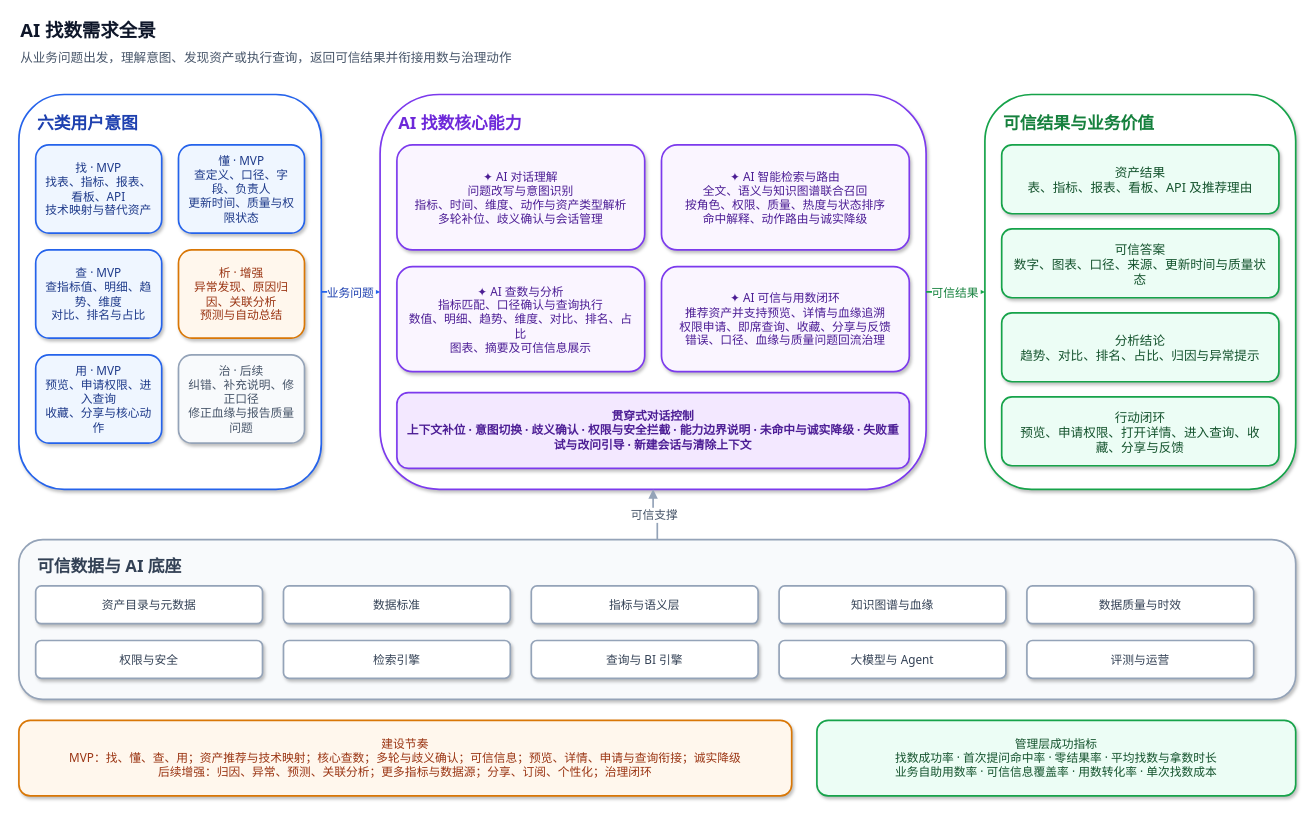
jiangcece20-jpg/data-asset-platform keeps this draw.io diagram as docs/product/2026-07-23-AI找数-需求全景.drawio. Above is the earlier version. Source tidied: cells renumbered, new cells numbered last; positions are measured from the earlier drawing's top-left corner, leaving out a move shared by most shapes. Both pictures are drawn from the tidied source at 84%, with x=0, y=0 at pixel (18, 14).
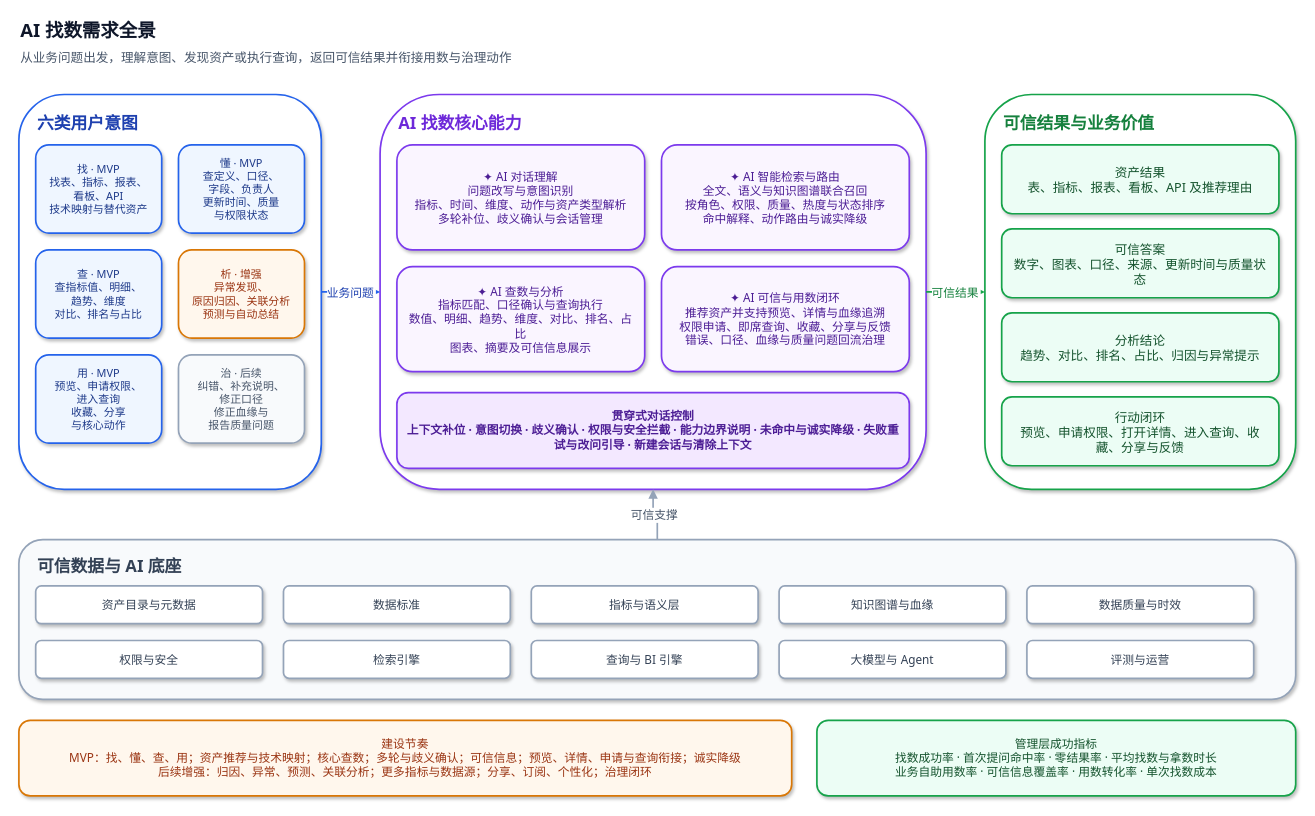
After the change.

Commit message (it also covers changes not shown here):
docs: fix AI find diagram text layout

Diff of the diagram source:
```diff
@@
-    <mxCell id="6" value="找 · MVP&#10;找表、指标、报表、看板、API&#10;技术映射与替代资产" style="rounded=1;whiteSpace=wrap;html=0;fillColor=#EFF6FF;strokeColor=#2563EB;strokeWidth=2;fontColor=#1E3A8A;fontFamily=system-ui, -apple-system, PingFang SC, Microsoft YaHei, sans-serif;fontSize=14;shadow=1;spacing=8;" parent="1" vertex="1">
+    <mxCell id="6" value="找 · MVP&#10;找表、指标、报表、&#10;看板、API&#10;技术映射与替代资产" style="rounded=1;whiteSpace=wrap;html=0;fillColor=#EFF6FF;strokeColor=#2563EB;strokeWidth=2;fontColor=#1E3A8A;fontFamily=system-ui, -apple-system, PingFang SC, Microsoft YaHei, sans-serif;fontSize=13;shadow=1;spacing=8;" parent="1" vertex="1">
       <mxGeometry x="20" y="155" width="150" height="105" as="geometry" />
     </mxCell>
-    <mxCell id="7" value="懂 · MVP&#10;查定义、口径、字段、负责人&#10;更新时间、质量与权限状态" style="rounded=1;whiteSpace=wrap;html=0;fillColor=#EFF6FF;strokeColor=#2563EB;strokeWidth=2;fontColor=#1E3A8A;fontFamily=system-ui, -apple-system, PingFang SC, Microsoft YaHei, sans-serif;fontSize=14;shadow=1;spacing=8;" parent="1" vertex="1">
+    <mxCell id="7" value="懂 · MVP&#10;查定义、口径、&#10;字段、负责人&#10;更新时间、质量&#10;与权限状态" style="rounded=1;whiteSpace=wrap;html=0;fillColor=#EFF6FF;strokeColor=#2563EB;strokeWidth=2;fontColor=#1E3A8A;fontFamily=system-ui, -apple-system, PingFang SC, Microsoft YaHei, sans-serif;fontSize=13;shadow=1;spacing=8;" parent="1" vertex="1">
       <mxGeometry x="190" y="155" width="150" height="105" as="geometry" />
     </mxCell>
-    <mxCell id="8" value="查 · MVP&#10;查指标值、明细、趋势、维度&#10;对比、排名与占比" style="rounded=1;whiteSpace=wrap;html=0;fillColor=#EFF6FF;strokeColor=#2563EB;strokeWidth=2;fontColor=#1E3A8A;fontFamily=system-ui, -apple-system, PingFang SC, Microsoft YaHei, sans-serif;fontSize=14;shadow=1;spacing=8;" parent="1" vertex="1">
+    <mxCell id="8" value="查 · MVP&#10;查指标值、明细、&#10;趋势、维度&#10;对比、排名与占比" style="rounded=1;whiteSpace=wrap;html=0;fillColor=#EFF6FF;strokeColor=#2563EB;strokeWidth=2;fontColor=#1E3A8A;fontFamily=system-ui, -apple-system, PingFang SC, Microsoft YaHei, sans-serif;fontSize=13;shadow=1;spacing=8;" parent="1" vertex="1">
       <mxGeometry x="20" y="280" width="150" height="105" as="geometry" />
     </mxCell>
-    <mxCell id="9" value="析 · 增强&#10;异常发现、原因归因、关联分析&#10;预测与自动总结" style="rounded=1;whiteSpace=wrap;html=0;fillColor=#FFF7ED;strokeColor=#D97706;strokeWidth=2;fontColor=#9A3412;fontFamily=system-ui, -apple-system, PingFang SC, Microsoft YaHei, sans-serif;fontSize=14;shadow=1;spacing=8;" parent="1" vertex="1">
+    <mxCell id="9" value="析 · 增强&#10;异常发现、&#10;原因归因、关联分析&#10;预测与自动总结" style="rounded=1;whiteSpace=wrap;html=0;fillColor=#FFF7ED;strokeColor=#D97706;strokeWidth=2;fontColor=#9A3412;fontFamily=system-ui, -apple-system, PingFang SC, Microsoft YaHei, sans-serif;fontSize=13;shadow=1;spacing=8;" parent="1" vertex="1">
       <mxGeometry x="190" y="280" width="150" height="105" as="geometry" />
     </mxCell>
-    <mxCell id="10" value="用 · MVP&#10;预览、申请权限、进入查询&#10;收藏、分享与核心动作" style="rounded=1;whiteSpace=wrap;html=0;fillColor=#EFF6FF;strokeColor=#2563EB;strokeWidth=2;fontColor=#1E3A8A;fontFamily=system-ui, -apple-system, PingFang SC, Microsoft YaHei, sans-serif;fontSize=14;shadow=1;spacing=8;" parent="1" vertex="1">
+    <mxCell id="10" value="用 · MVP&#10;预览、申请权限、&#10;进入查询&#10;收藏、分享&#10;与核心动作" style="rounded=1;whiteSpace=wrap;html=0;fillColor=#EFF6FF;strokeColor=#2563EB;strokeWidth=2;fontColor=#1E3A8A;fontFamily=system-ui, -apple-system, PingFang SC, Microsoft YaHei, sans-serif;fontSize=13;shadow=1;spacing=8;" parent="1" vertex="1">
       <mxGeometry x="20" y="405" width="150" height="105" as="geometry" />
     </mxCell>
-    <mxCell id="11" value="治 · 后续&#10;纠错、补充说明、修正口径&#10;修正血缘与报告质量问题" style="rounded=1;whiteSpace=wrap;html=0;fillColor=#F8FAFC;strokeColor=#94A3B8;strokeWidth=2;fontColor=#475569;fontFamily=system-ui, -apple-system, PingFang SC, Microsoft YaHei, sans-serif;fontSize=14;shadow=1;spacing=8;" parent="1" vertex="1">
+    <mxCell id="11" value="治 · 后续&#10;纠错、补充说明、&#10;修正口径&#10;修正血缘与&#10;报告质量问题" style="rounded=1;whiteSpace=wrap;html=0;fillColor=#F8FAFC;strokeColor=#94A3B8;strokeWidth=2;fontColor=#475569;fontFamily=system-ui, -apple-system, PingFang SC, Microsoft YaHei, sans-serif;fontSize=13;shadow=1;spacing=8;" parent="1" vertex="1">
       <mxGeometry x="190" y="405" width="150" height="105" as="geometry" />
     </mxCell>
```
